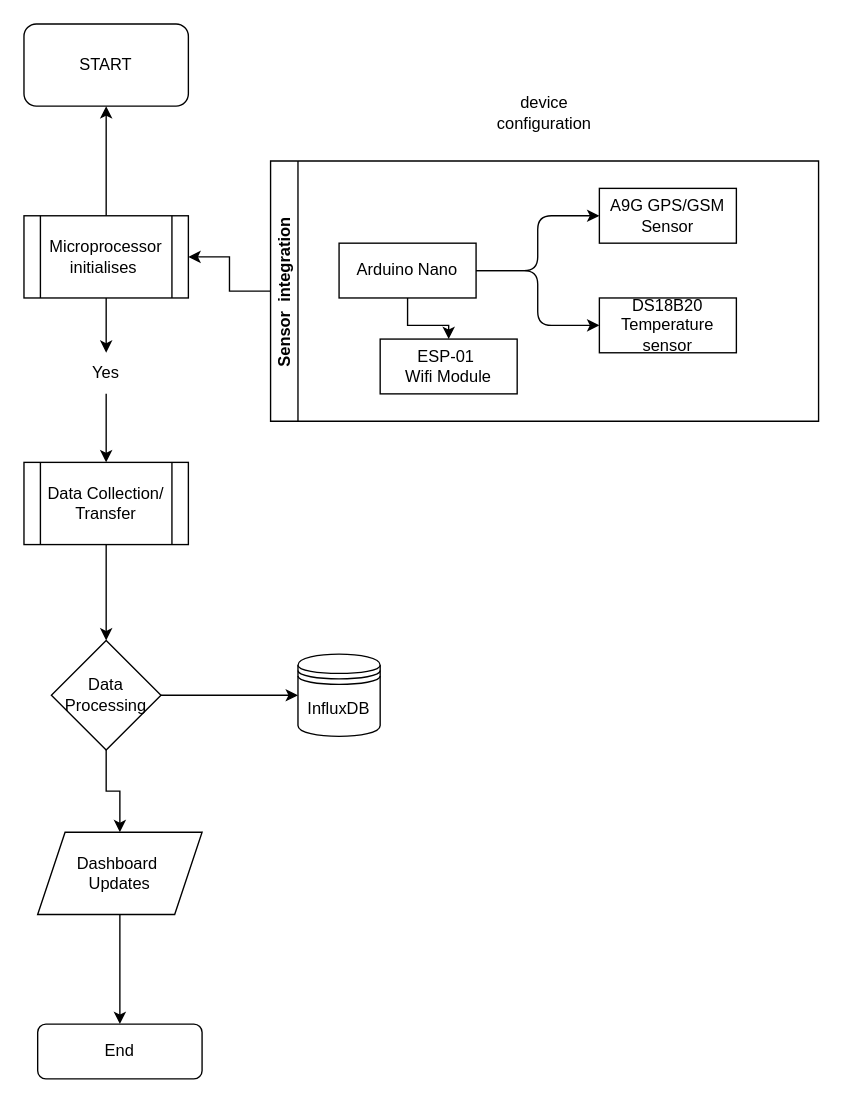
abdiomari/diagrams-technical keeps this draw.io diagram as Abdi's A9G system.drawio. Above is the earlier version. Source tidied: cells renumbered, new cells numbered last; positions are measured from the earlier drawing's top-left corner, leaving out a move shared by most shapes. Both pictures are drawn from the tidied source at 137%, with x=0, y=0 at pixel (23, 23).
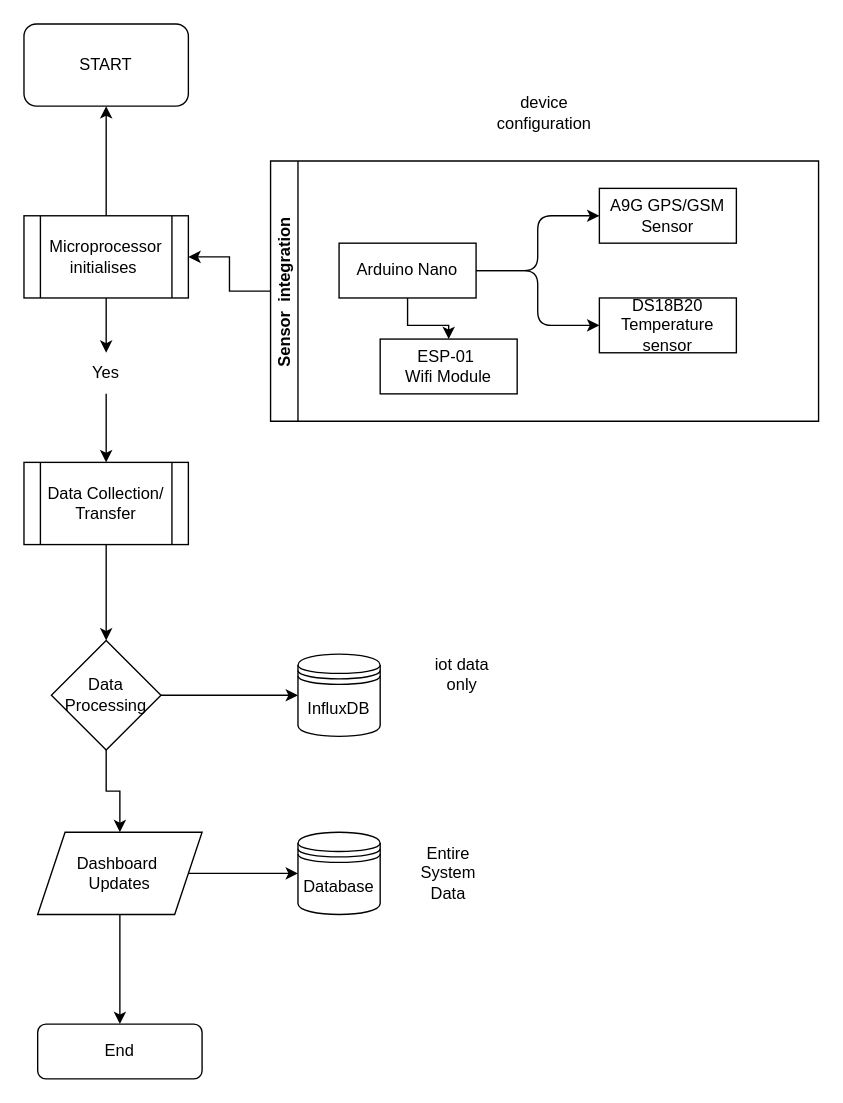
After the change.

The change refers to these unchanged cells:
```xml
<mxCell id="24" value="Dashboard&amp;nbsp;&lt;div&gt;Updates&lt;/div&gt;" style="shape=parallelogram;perimeter=parallelogramPerimeter;whiteSpace=wrap;html=1;fixedSize=1;" parent="1" vertex="1">
  <mxGeometry x="10" y="590" width="120" height="60" as="geometry" />
</mxCell>
```

Diff of the diagram source:
```diff
@@
+    <mxCell id="27" style="edgeStyle=orthogonalEdgeStyle;rounded=0;jettySize=auto;html=1;" parent="1" edge="1" source="24" target="28">
+      <mxGeometry relative="1" as="geometry" />
+    </mxCell>
@@
+    <mxCell id="28" value="Database" style="shape=datastore;whiteSpace=wrap;html=1;" parent="1" vertex="1">
+      <mxGeometry x="200" y="590" width="60" height="60" as="geometry" />
+    </mxCell>
+    <mxCell id="29" value="iot data only" style="text;html=1;align=center;verticalAlign=middle;whiteSpace=wrap;rounded=0;" parent="1" vertex="1">
+      <mxGeometry x="290" y="460" width="60" height="30" as="geometry" />
+    </mxCell>
+    <mxCell id="30" value="Entire System Data" style="text;html=1;align=center;verticalAlign=middle;whiteSpace=wrap;rounded=0;" parent="1" vertex="1">
+      <mxGeometry x="280" y="605" width="60" height="30" as="geometry" />
+    </mxCell>
```
